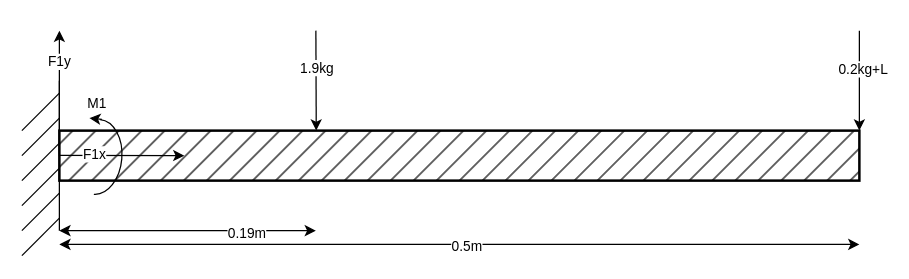
Before: page "Page-2" (2 of 3) of Kretstegninger/FBD.drawio in DAwesomEL/BachelorProsjekt, a draw.io diagram. Source tidied: cells renumbered, new cells numbered last; positions are measured from the earlier drawing's top-left corner, leaving out a move shared by most shapes. Both pictures are drawn from the tidied source at 125%, with x=0, y=0 at pixel (21, 30).
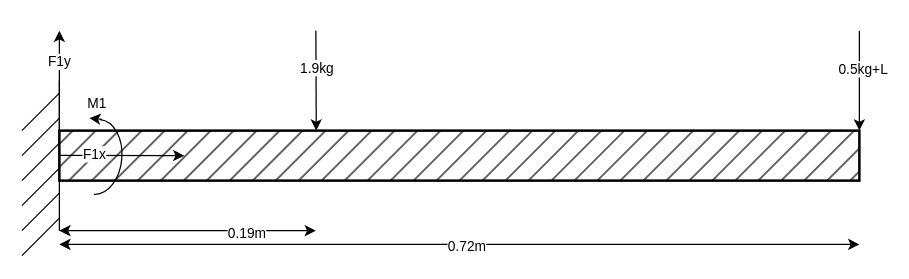
The same page after the edit.

The change refers to these unchanged cells:
```xml
<mxCell id="10" style="endArrow=classic;html=1;rounded=0;entryX=1;entryY=0;entryDx=0;entryDy=0;" parent="1" edge="1" target="2">
  <mxGeometry relative="1" as="geometry">
    <mxPoint x="670" as="sourcePoint" />
  </mxGeometry>
</mxCell>
<mxCell id="12" style="endArrow=classic;html=1;rounded=0;endFill=1;startArrow=classic;startFill=1;" parent="1" edge="1">
  <mxGeometry relative="1" as="geometry">
    <mxPoint x="30" y="171" as="sourcePoint" />
    <mxPoint x="670" y="171" as="targetPoint" />
  </mxGeometry>
</mxCell>
```

The edit, as a diff of the source:
```diff
@@
-    <mxCell id="11" value="0.2kg+L" style="edgeLabel;html=1;align=center;verticalAlign=middle;" parent="10" vertex="1">
+    <mxCell id="11" value="0.5kg+L" style="edgeLabel;html=1;align=center;verticalAlign=middle;" parent="10" vertex="1">
       <mxGeometry x="-0.24" y="2" relative="1" as="geometry" />
     </mxCell>
@@
-    <mxCell id="13" value="0.5m" style="edgeLabel;html=1;align=center;verticalAlign=middle;" parent="12" vertex="1">
+    <mxCell id="13" value="0.72m" style="edgeLabel;html=1;align=center;verticalAlign=middle;" parent="12" vertex="1">
       <mxGeometry x="-0.19" y="-1" relative="1" as="geometry">
         <mxPoint x="66" as="offset" />
       </mxGeometry>
     </mxCell>
```
